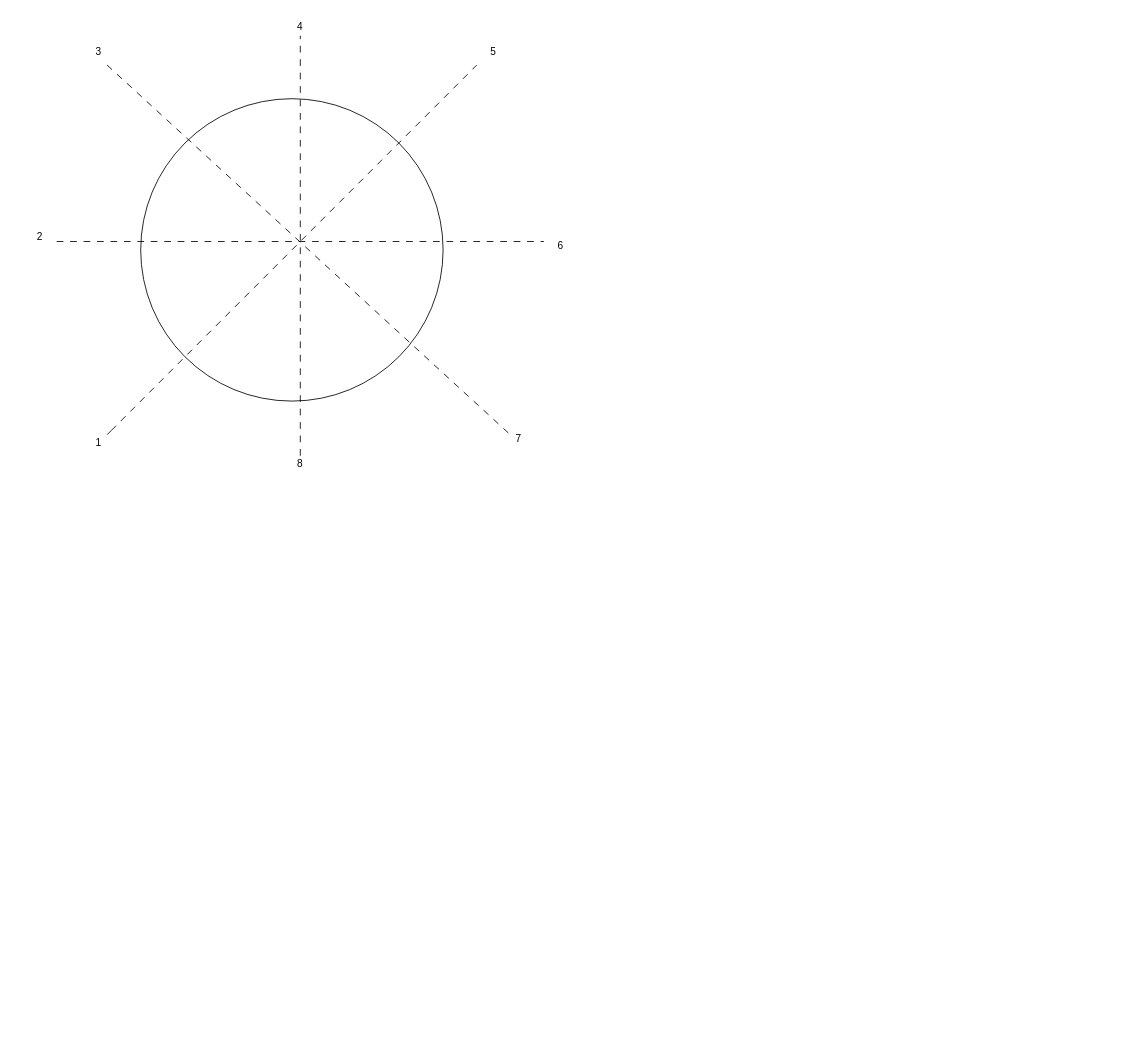
lancelodliu/draw.io keeps this draw.io diagram as page "Move And Face" (11 of 11) of WarmWater.drawio. Above is the earlier version. Source tidied: cells renumbered, new cells numbered last; positions are measured from the earlier drawing's top-left corner, leaving out a move shared by most shapes. Both pictures are drawn from the tidied source at 84%, with x=0, y=0 at pixel (14, 14).
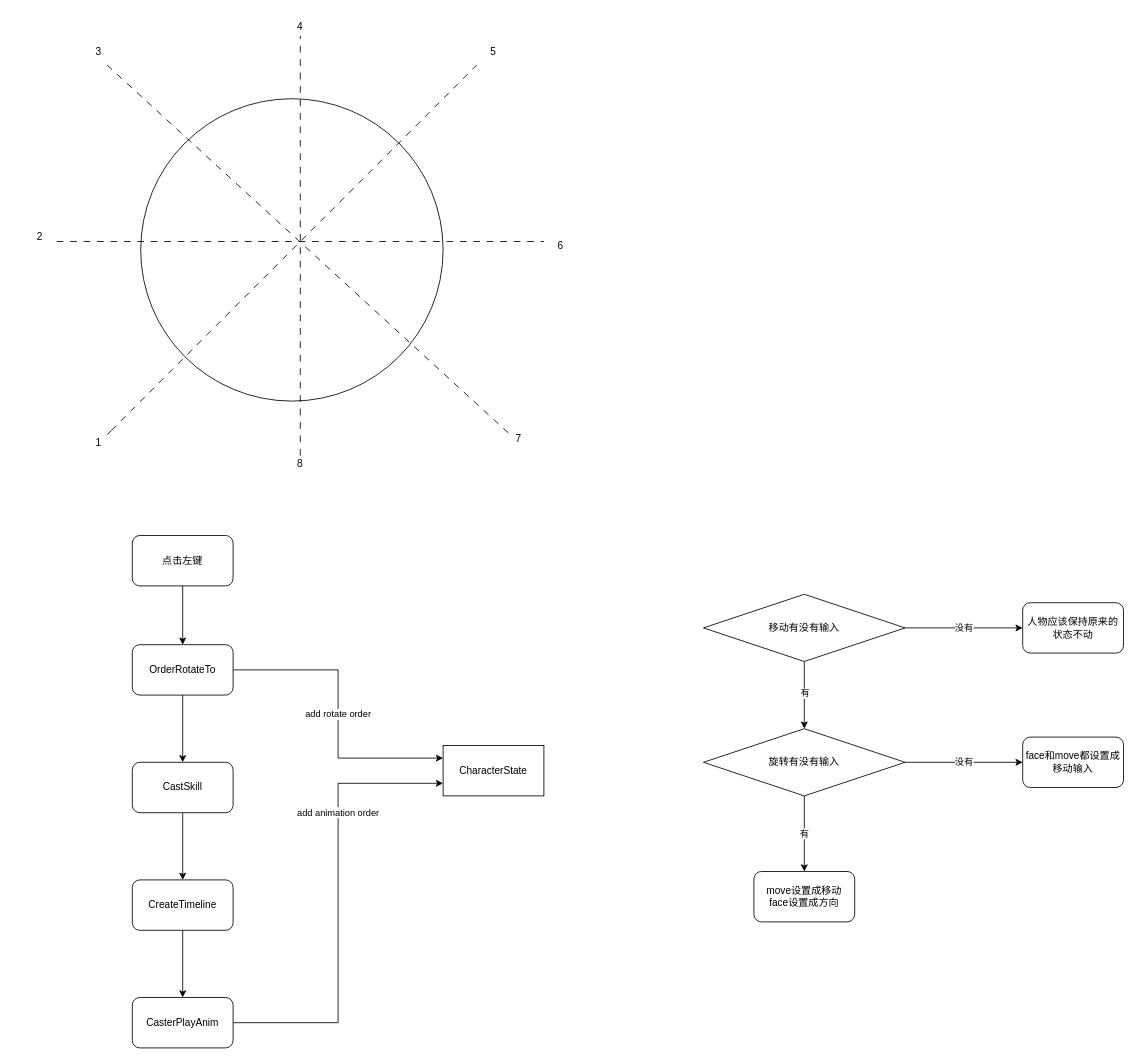
The same page after the edit.

The edit, as a diff of the source:
```diff
@@
+    <mxCell id="16" style="edgeStyle=orthogonalEdgeStyle;rounded=0;jettySize=auto;html=1;" parent="1" edge="1" source="17" target="20">
+      <mxGeometry relative="1" as="geometry" />
+    </mxCell>
+    <mxCell id="17" value="点击左键" style="rounded=1;whiteSpace=wrap;html=1;" parent="1" vertex="1">
+      <mxGeometry x="140" y="620" width="120" height="60" as="geometry" />
+    </mxCell>
+    <mxCell id="18" style="edgeStyle=orthogonalEdgeStyle;rounded=0;jettySize=auto;html=1;" parent="1" edge="1" source="20" target="22">
+      <mxGeometry relative="1" as="geometry" />
+    </mxCell>
+    <mxCell id="19" value="add rotate order" style="edgeStyle=orthogonalEdgeStyle;rounded=0;jettySize=auto;html=1;exitX=1;exitY=0.5;exitDx=0;exitDy=0;entryX=0;entryY=0.25;entryDx=0;entryDy=0;" parent="1" edge="1" source="20" target="27">
+      <mxGeometry relative="1" as="geometry" />
+    </mxCell>
+    <mxCell id="20" value="OrderRotateTo" style="rounded=1;whiteSpace=wrap;html=1;" parent="1" vertex="1">
+      <mxGeometry x="140" y="750" width="120" height="60" as="geometry" />
+    </mxCell>
+    <mxCell id="21" style="edgeStyle=orthogonalEdgeStyle;rounded=0;jettySize=auto;html=1;" parent="1" edge="1" source="22" target="24">
+      <mxGeometry relative="1" as="geometry" />
+    </mxCell>
+    <mxCell id="22" value="CastSkill" style="rounded=1;whiteSpace=wrap;html=1;" parent="1" vertex="1">
+      <mxGeometry x="140" y="890" width="120" height="60" as="geometry" />
+    </mxCell>
+    <mxCell id="23" style="edgeStyle=orthogonalEdgeStyle;rounded=0;jettySize=auto;html=1;" parent="1" edge="1" source="24" target="26">
+      <mxGeometry relative="1" as="geometry" />
+    </mxCell>
+    <mxCell id="24" value="CreateTimeline" style="rounded=1;whiteSpace=wrap;html=1;" parent="1" vertex="1">
+      <mxGeometry x="140" y="1030" width="120" height="60" as="geometry" />
+    </mxCell>
+    <mxCell id="25" value="add animation order" style="edgeStyle=orthogonalEdgeStyle;rounded=0;jettySize=auto;html=1;exitX=1;exitY=0.5;exitDx=0;exitDy=0;entryX=0;entryY=0.75;entryDx=0;entryDy=0;" parent="1" edge="1" source="26" target="27">
+      <mxGeometry x="0.4" relative="1" as="geometry" />
+    </mxCell>
+    <mxCell id="26" value="CasterPlayAnim" style="rounded=1;whiteSpace=wrap;html=1;" parent="1" vertex="1">
+      <mxGeometry x="140" y="1170" width="120" height="60" as="geometry" />
+    </mxCell>
+    <mxCell id="27" value="CharacterState" style="rounded=0;whiteSpace=wrap;html=1;" parent="1" vertex="1">
+      <mxGeometry x="510" y="870" width="120" height="60" as="geometry" />
+    </mxCell>
+    <mxCell id="28" style="edgeStyle=orthogonalEdgeStyle;rounded=0;orthogonalLoop=1;jettySize=auto;html=1;" parent="1" edge="1">
+      <mxGeometry relative="1" as="geometry">
+        <mxPoint x="940" y="770" as="sourcePoint" />
+        <mxPoint x="940" y="850" as="targetPoint" />
+      </mxGeometry>
+    </mxCell>
+    <mxCell id="29" value="有" style="edgeLabel;html=1;align=center;verticalAlign=middle;" parent="28" vertex="1">
+      <mxGeometry x="-0.08" relative="1" as="geometry" />
+    </mxCell>
+    <mxCell id="30" value="没有" style="edgeStyle=orthogonalEdgeStyle;rounded=0;jettySize=auto;html=1;" parent="1" edge="1" source="32" target="33">
+      <mxGeometry relative="1" as="geometry" />
+    </mxCell>
+    <mxCell id="31" value="有" style="edgeStyle=orthogonalEdgeStyle;rounded=0;jettySize=auto;html=1;" parent="1" edge="1" source="32" target="34">
+      <mxGeometry relative="1" as="geometry" />
+    </mxCell>
+    <mxCell id="32" value="旋转有没有输入" style="rhombus;whiteSpace=wrap;html=1;" parent="1" vertex="1">
+      <mxGeometry x="820" y="850" width="240" height="80" as="geometry" />
+    </mxCell>
+    <mxCell id="33" value="face和move都设置成移动输入" style="rounded=1;whiteSpace=wrap;html=1;" parent="1" vertex="1">
+      <mxGeometry x="1200" y="860" width="120" height="60" as="geometry" />
+    </mxCell>
+    <mxCell id="34" value="move设置成移动&lt;div&gt;face设置成方向&lt;/div&gt;" style="rounded=1;whiteSpace=wrap;html=1;" parent="1" vertex="1">
+      <mxGeometry x="880" y="1020" width="120" height="60" as="geometry" />
+    </mxCell>
+    <mxCell id="35" value="没有" style="edgeStyle=orthogonalEdgeStyle;rounded=0;jettySize=auto;html=1;exitX=1;exitY=0.5;exitDx=0;exitDy=0;entryX=0;entryY=0.5;entryDx=0;entryDy=0;" parent="1" edge="1" source="36" target="37">
+      <mxGeometry relative="1" as="geometry" />
+    </mxCell>
+    <mxCell id="36" value="移动有没有输入" style="rhombus;whiteSpace=wrap;html=1;" parent="1" vertex="1">
+      <mxGeometry x="820" y="690" width="240" height="80" as="geometry" />
+    </mxCell>
+    <mxCell id="37" value="人物应该保持原来的状态不动" style="rounded=1;whiteSpace=wrap;html=1;" parent="1" vertex="1">
+      <mxGeometry x="1200" y="700" width="120" height="60" as="geometry" />
+    </mxCell>
```
